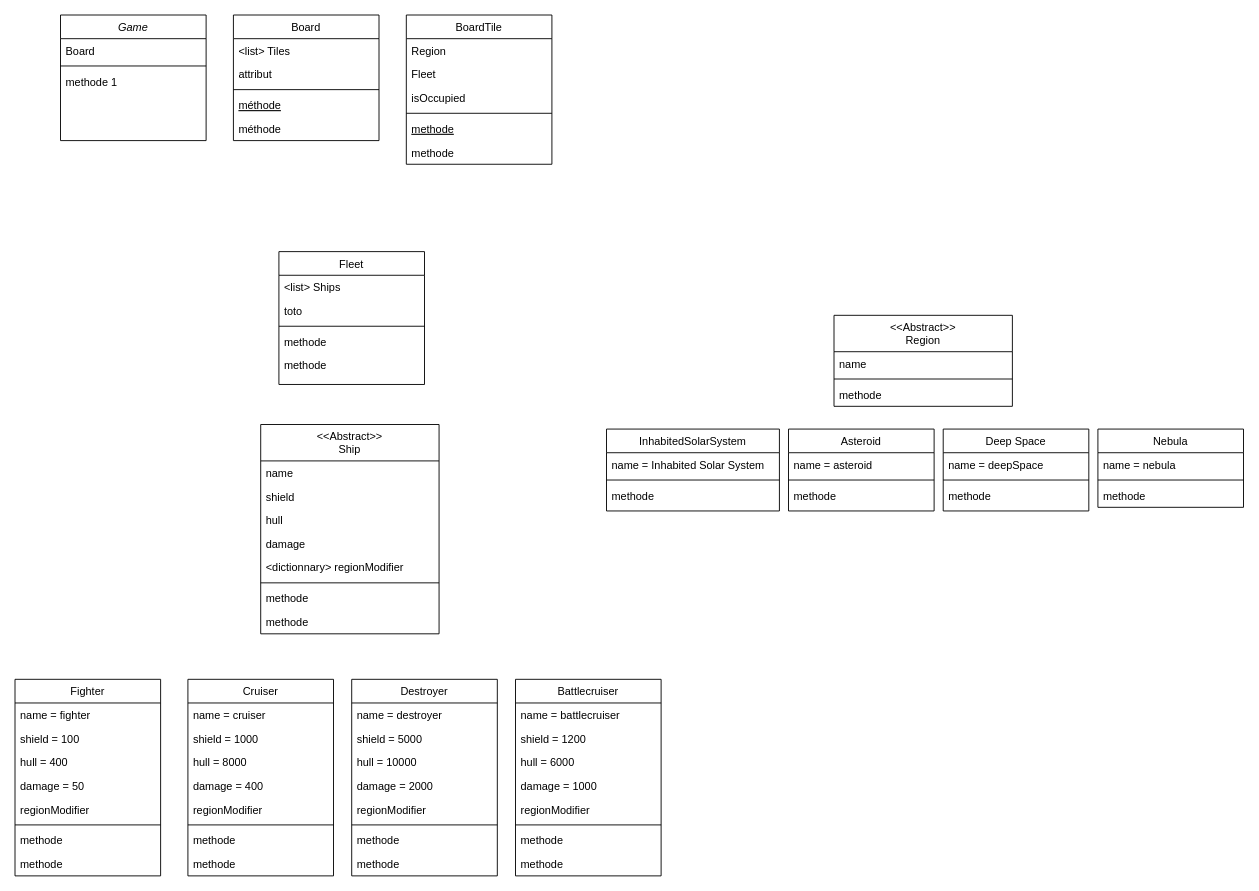
SolennPenarroya/Space-game-project keeps this draw.io diagram as Space-game.drawio. Above is the earlier version. Source tidied: cells renumbered, new cells numbered last; positions are measured from the earlier drawing's top-left corner, leaving out a move shared by most shapes. Both pictures are drawn from the tidied source at 91%, with x=0, y=0 at pixel (15, 15).
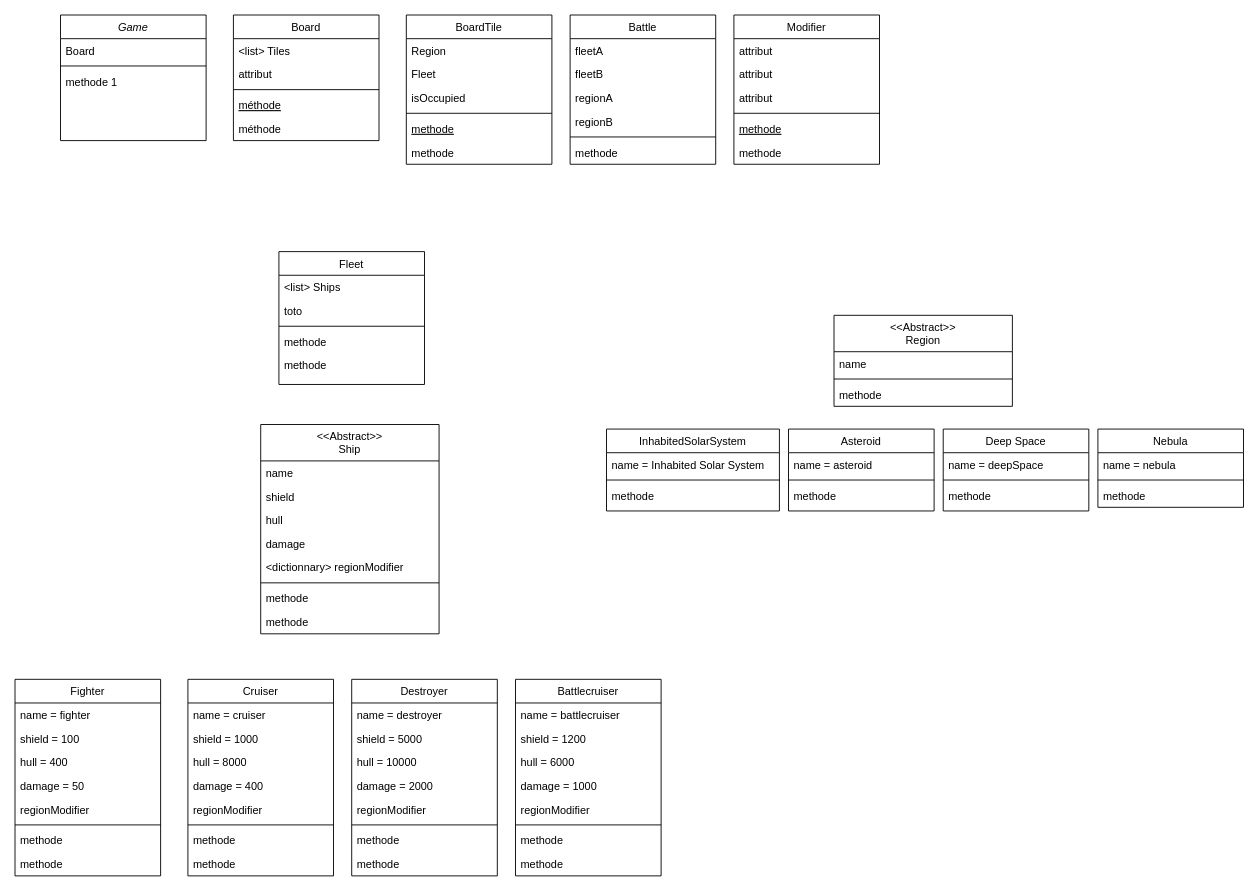
After the change.

Commit message:
Mettre à jour Space-game.drawio

Diff of the diagram source:
```diff
@@
+    <mxCell id="90" value="Battle" style="swimlane;fontStyle=0;align=center;verticalAlign=top;horizontal=1;startSize=26;rounded=0;shadow=0;strokeWidth=1;" parent="1" vertex="1">
+      <mxGeometry x="610" width="160" height="164" as="geometry" />
+    </mxCell>
+    <mxCell id="91" value="fleetA" style="text;align=left;verticalAlign=top;spacingLeft=4;spacingRight=4;overflow=hidden;" parent="90" vertex="1">
+      <mxGeometry y="26" width="160" height="26" as="geometry" />
+    </mxCell>
+    <mxCell id="92" value="fleetB" style="text;align=left;verticalAlign=top;spacingLeft=4;spacingRight=4;overflow=hidden;rounded=0;shadow=0;html=0;" parent="90" vertex="1">
+      <mxGeometry y="52" width="160" height="26" as="geometry" />
+    </mxCell>
+    <mxCell id="93" value="regionA" style="text;align=left;verticalAlign=top;spacingLeft=4;spacingRight=4;overflow=hidden;rounded=0;shadow=0;html=0;" parent="90" vertex="1">
+      <mxGeometry y="78" width="160" height="26" as="geometry" />
+    </mxCell>
+    <mxCell id="94" value="regionB" style="text;align=left;verticalAlign=top;spacingLeft=4;spacingRight=4;overflow=hidden;rounded=0;shadow=0;html=0;" parent="90" vertex="1">
+      <mxGeometry y="104" width="160" height="26" as="geometry" />
+    </mxCell>
+    <mxCell id="95" style="line;html=1;strokeWidth=1;align=left;verticalAlign=middle;spacingTop=-1;spacingLeft=3;spacingRight=3;labelPosition=right;" parent="90" vertex="1">
+      <mxGeometry y="130" width="160" height="8" as="geometry" />
+    </mxCell>
+    <mxCell id="96" value="methode" style="text;align=left;verticalAlign=top;spacingLeft=4;spacingRight=4;overflow=hidden;" parent="90" vertex="1">
+      <mxGeometry y="138" width="160" height="26" as="geometry" />
+    </mxCell>
+    <mxCell id="97" value="Modifier" style="swimlane;fontStyle=0;align=center;verticalAlign=top;horizontal=1;startSize=26;rounded=0;shadow=0;strokeWidth=1;" parent="1" vertex="1">
+      <mxGeometry x="790" width="160" height="164" as="geometry" />
+    </mxCell>
+    <mxCell id="98" value="attribut" style="text;align=left;verticalAlign=top;spacingLeft=4;spacingRight=4;overflow=hidden;" parent="97" vertex="1">
+      <mxGeometry y="26" width="160" height="26" as="geometry" />
+    </mxCell>
+    <mxCell id="99" value="attribut" style="text;align=left;verticalAlign=top;spacingLeft=4;spacingRight=4;overflow=hidden;rounded=0;shadow=0;html=0;" parent="97" vertex="1">
+      <mxGeometry y="52" width="160" height="26" as="geometry" />
+    </mxCell>
+    <mxCell id="100" value="attribut" style="text;align=left;verticalAlign=top;spacingLeft=4;spacingRight=4;overflow=hidden;rounded=0;shadow=0;html=0;" parent="97" vertex="1">
+      <mxGeometry y="78" width="160" height="26" as="geometry" />
+    </mxCell>
+    <mxCell id="101" style="line;html=1;strokeWidth=1;align=left;verticalAlign=middle;spacingTop=-1;spacingLeft=3;spacingRight=3;labelPosition=right;" parent="97" vertex="1">
+      <mxGeometry y="104" width="160" height="8" as="geometry" />
+    </mxCell>
+    <mxCell id="102" value="methode" style="text;align=left;verticalAlign=top;spacingLeft=4;spacingRight=4;overflow=hidden;fontStyle=4;" parent="97" vertex="1">
+      <mxGeometry y="112" width="160" height="26" as="geometry" />
+    </mxCell>
+    <mxCell id="103" value="methode" style="text;align=left;verticalAlign=top;spacingLeft=4;spacingRight=4;overflow=hidden;" parent="97" vertex="1">
+      <mxGeometry y="138" width="160" height="26" as="geometry" />
+    </mxCell>
```
